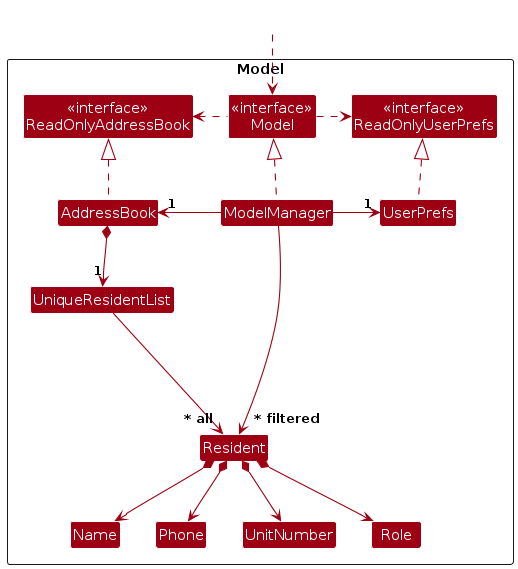
Above: diagrams/ModelClassDiagram.png in AY2526S2-CS2103-T11-4/tp (PlantUML), before the change. Its source is kept beside it as diagrams/ModelClassDiagram.puml. Source of this version:
```plantuml
@startuml
!include style.puml
skinparam arrowThickness 1.1
skinparam arrowColor MODEL_COLOR
skinparam classBackgroundColor MODEL_COLOR

Package Model as ModelPackage <<Rectangle>>{
Class "<<interface>>\nReadOnlyAddressBook" as ReadOnlyAddressBook
Class "<<interface>>\nReadOnlyUserPrefs" as ReadOnlyUserPrefs
Class "<<interface>>\nModel" as Model
Class AddressBook
Class ModelManager
Class UserPrefs

Class UniqueResidentList
Class Resident
Class Name
Class Phone
Class UnitNumber
Class Role

Class I #FFFFFF
}

Class HiddenOutside #FFFFFF
HiddenOutside ..> Model

AddressBook .up.|> ReadOnlyAddressBook

ModelManager .up.|> Model
Model .right.> ReadOnlyUserPrefs
Model .left.> ReadOnlyAddressBook
ModelManager -left-> "1" AddressBook
ModelManager -right-> "1" UserPrefs
UserPrefs .up.|> ReadOnlyUserPrefs

AddressBook *--> "1" UniqueResidentList
UniqueResidentList --> "~* all" Resident
Resident *--> Name
Resident *--> Phone
Resident *--> UnitNumber
Resident *--> Role

Resident -[hidden]up--> I
UniqueResidentList -[hidden]right-> I

ModelManager --> "~* filtered" Resident
@enduml
```
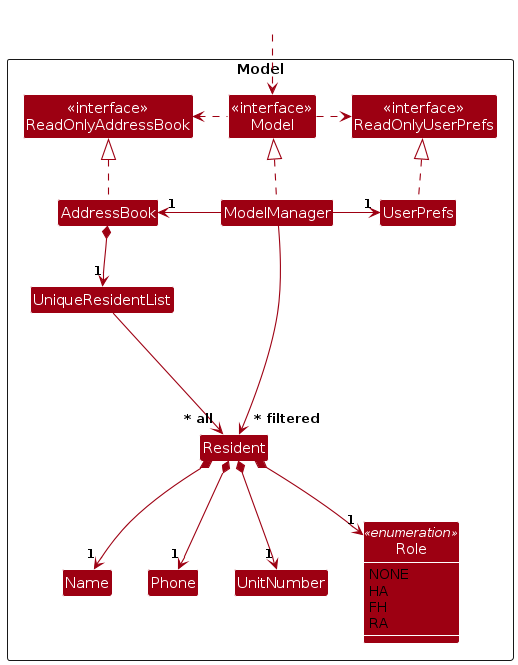
Later version of the same file.

Diff of the diagram source:
```diff
@@ -17,7 +17,15 @@
 Class Name
 Class Phone
 Class UnitNumber
-Class Role
+
+enum Role <<enumeration>> {
+  NONE
+  HA
+  FH
+  RA
+}
+
+show Role members
 
 Class I #FFFFFF
 }
@@ -36,10 +44,10 @@
 
 AddressBook *--> "1" UniqueResidentList
 UniqueResidentList --> "~* all" Resident
-Resident *--> Name
-Resident *--> Phone
-Resident *--> UnitNumber
-Resident *--> Role
+Resident *--> "1" Name
+Resident *--> "1" Phone
+Resident *--> "1" UnitNumber
+Resident *--> "1" Role
 
 Resident -[hidden]up--> I
 UniqueResidentList -[hidden]right-> I
```
